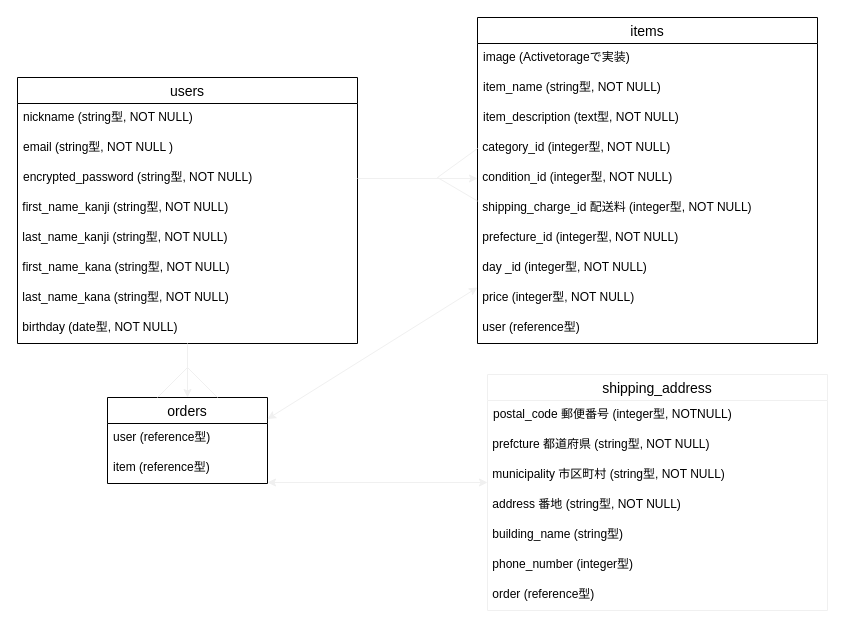
Earlier version of the draw.io diagram furima.dio (katuya364/furima-35802). Source tidied: cells renumbered, new cells numbered last; positions are measured from the earlier drawing's top-left corner, leaving out a move shared by most shapes. Both pictures are drawn from the tidied source at 100%, with x=0, y=0 at pixel (17, 17).
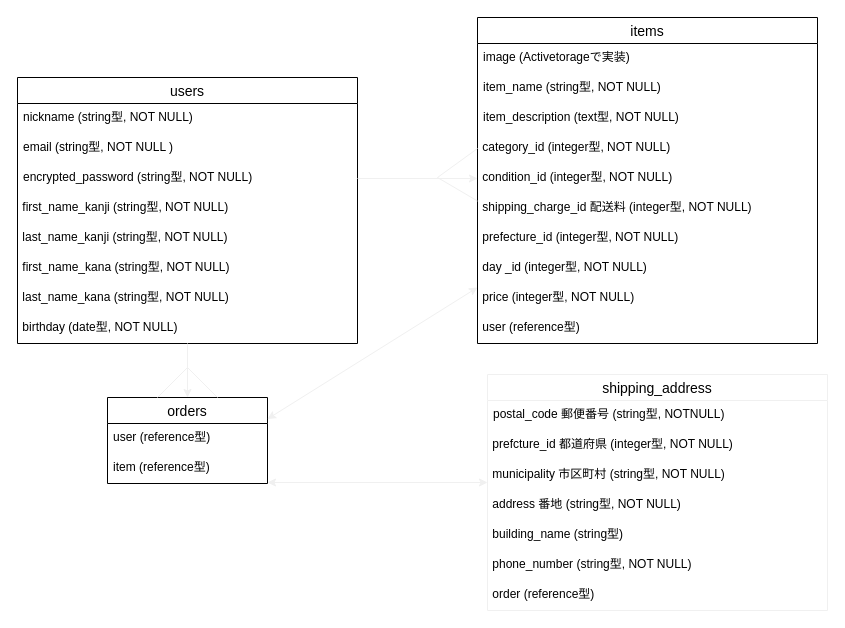
After the change.

Commit message (it also covers changes not shown here):
shipping_addressテーブルの修正　2回目

The change refers to these unchanged cells:
```xml
<mxCell id="25" value="shipping_address" style="swimlane;fontStyle=0;horizontal=1;startSize=26;align=center;fontSize=14;strokeColor=#F0F0F0;" parent="1" vertex="1">
  <mxGeometry x="470" y="357" width="340" height="236" as="geometry" />
</mxCell>
```

What changed in the source:
```diff
@@
-    <mxCell id="26" value="postal_code 郵便番号 (integer型, NOTNULL)" style="text;strokeColor=none;fillColor=none;spacingLeft=4;spacingRight=4;overflow=hidden;fontSize=12;" parent="25" vertex="1">
+    <mxCell id="26" value="postal_code 郵便番号 (string型, NOTNULL)" style="text;strokeColor=none;fillColor=none;spacingLeft=4;spacingRight=4;overflow=hidden;fontSize=12;" parent="25" vertex="1">
       <mxGeometry y="26" width="340" height="30" as="geometry" />
     </mxCell>
-    <mxCell id="27" value=" prefcture 都道府県 (string型, NOT NULL)" style="rounded=0;strokeColor=none;fillColor=none;labelPosition=center;verticalLabelPosition=middle;align=left;verticalAlign=top;" parent="25" vertex="1">
+    <mxCell id="27" value=" prefcture_id 都道府県 (integer型, NOT NULL)" style="rounded=0;strokeColor=none;fillColor=none;labelPosition=center;verticalLabelPosition=middle;align=left;verticalAlign=top;" parent="25" vertex="1">
       <mxGeometry y="56" width="340" height="30" as="geometry" />
     </mxCell>
@@
-    <mxCell id="31" value="&amp;nbsp;phone_number (integer型)" style="rounded=0;whiteSpace=wrap;html=1;fillColor=none;align=left;verticalAlign=top;strokeColor=none;" parent="25" vertex="1">
+    <mxCell id="31" value="&amp;nbsp;phone_number (string型, NOT NULL)" style="rounded=0;whiteSpace=wrap;html=1;fillColor=none;align=left;verticalAlign=top;strokeColor=none;" parent="25" vertex="1">
       <mxGeometry y="176" width="340" height="30" as="geometry" />
     </mxCell>
```
